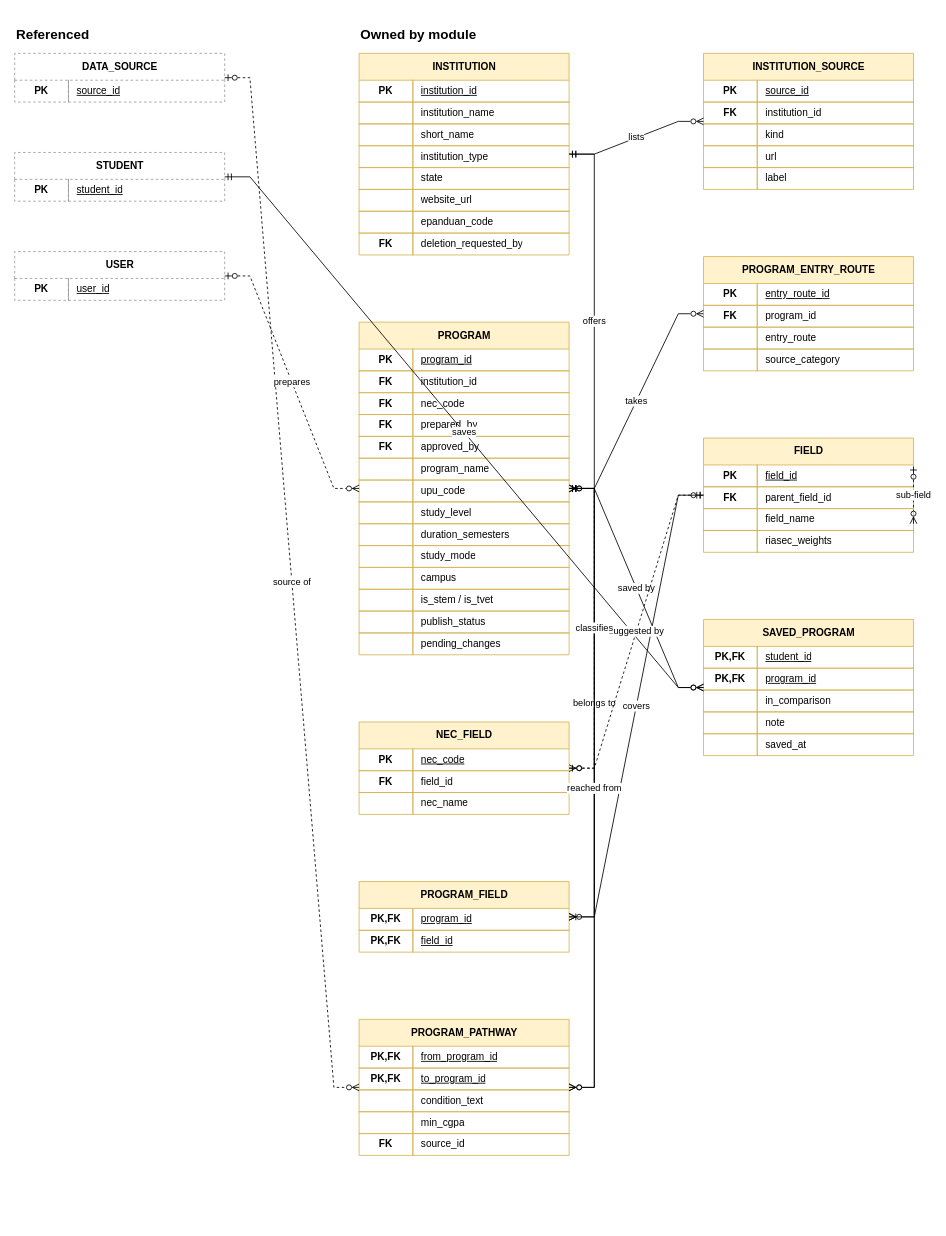
This is page "03 Programme Catalogue" (4 of 10) of docs/diagrams/erd/edulaunch-erd.drawio from AzimAminz/EduLaunch, a draw.io file, before an edit. Source tidied: cells renumbered, new cells numbered last; positions are measured from the earlier drawing's top-left corner, leaving out a move shared by most shapes. Both pictures are drawn from the tidied source at 84%, with x=0, y=0 at pixel (14, 14).
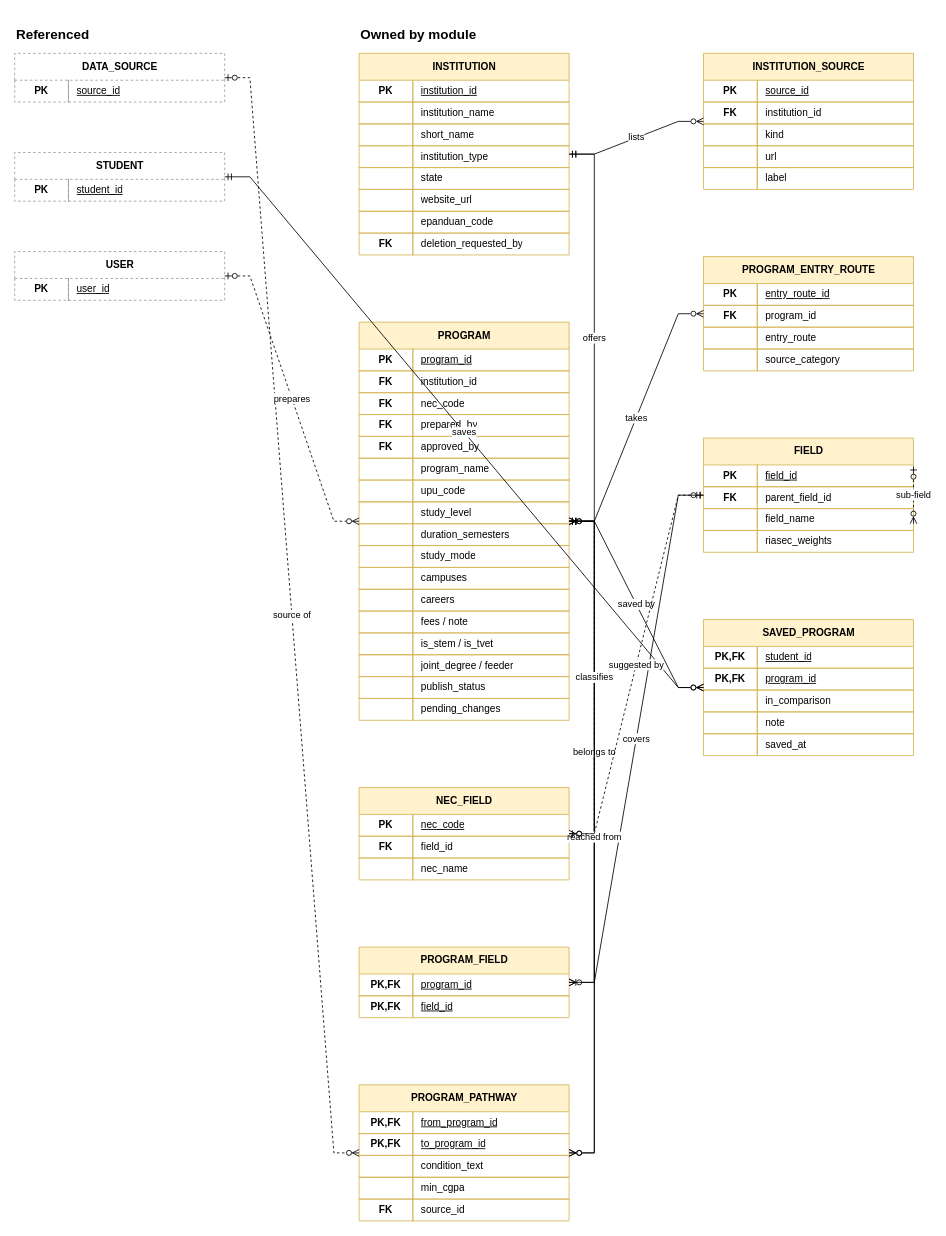
After the change.

Unchanged cells that the change refers to:
```xml
<mxCell id="72" style="shape=tableRow;horizontal=0;startSize=0;swimlaneHead=0;swimlaneBody=0;fillColor=none;top=0;left=0;right=0;bottom=1;strokeColor=#d6b656;" parent="41" vertex="1">
  <mxGeometry y="292" width="250" height="26" as="geometry" />
</mxCell>
<mxCell id="75" style="shape=tableRow;horizontal=0;startSize=0;swimlaneHead=0;swimlaneBody=0;fillColor=none;top=0;left=0;right=0;bottom=1;strokeColor=#d6b656;" parent="41" vertex="1">
  <mxGeometry y="318" width="250" height="26" as="geometry" />
</mxCell>
<mxCell id="78" style="shape=tableRow;horizontal=0;startSize=0;swimlaneHead=0;swimlaneBody=0;fillColor=none;top=0;left=0;right=0;bottom=1;strokeColor=#d6b656;" parent="41" vertex="1">
  <mxGeometry y="344" width="250" height="26" as="geometry" />
</mxCell>
```

Diff of the diagram source:
```diff
@@
     <mxCell id="41" value="PROGRAM" style="shape=table;startSize=32;childLayout=tableLayout;rowLines=1;fontStyle=1;align=center;html=1;fillColor=#fff2cc;strokeColor=#d6b656;" parent="1" vertex="1">
-      <mxGeometry x="410" y="366" width="250" height="396" as="geometry" />
+      <mxGeometry x="410" y="366" width="250" height="474" as="geometry" />
     </mxCell>
@@
-    <mxCell id="74" value="campus" style="shape=partialRectangle;fillColor=none;top=0;left=1;bottom=0;right=0;align=left;spacingLeft=8;overflow=hidden;whiteSpace=wrap;html=1;strokeColor=#d6b656;" parent="72" vertex="1">
+    <mxCell id="74" value="campuses" style="shape=partialRectangle;fillColor=none;top=0;left=1;bottom=0;right=0;align=left;spacingLeft=8;overflow=hidden;whiteSpace=wrap;html=1;strokeColor=#d6b656;" parent="72" vertex="1">
       <mxGeometry x="64" width="186" height="26" as="geometry" />
     </mxCell>
@@
-    <mxCell id="77" value="is_stem / is_tvet" style="shape=partialRectangle;fillColor=none;top=0;left=1;bottom=0;right=0;align=left;spacingLeft=8;overflow=hidden;whiteSpace=wrap;html=1;strokeColor=#d6b656;" parent="75" vertex="1">
+    <mxCell id="77" value="careers" style="shape=partialRectangle;fillColor=none;top=0;left=1;bottom=0;right=0;align=left;spacingLeft=8;overflow=hidden;whiteSpace=wrap;html=1;strokeColor=#d6b656;" parent="75" vertex="1">
       <mxGeometry x="64" width="186" height="26" as="geometry" />
     </mxCell>
@@
-    <mxCell id="80" value="publish_status" style="shape=partialRectangle;fillColor=none;top=0;left=1;bottom=0;right=0;align=left;spacingLeft=8;overflow=hidden;whiteSpace=wrap;html=1;strokeColor=#d6b656;" parent="78" vertex="1">
+    <mxCell id="80" value="fees / note" style="shape=partialRectangle;fillColor=none;top=0;left=1;bottom=0;right=0;align=left;spacingLeft=8;overflow=hidden;whiteSpace=wrap;html=1;strokeColor=#d6b656;" parent="78" vertex="1">
       <mxGeometry x="64" width="186" height="26" as="geometry" />
     </mxCell>
-    <mxCell id="81" style="shape=tableRow;horizontal=0;startSize=0;swimlaneHead=0;swimlaneBody=0;fillColor=none;top=0;left=0;right=0;bottom=0;strokeColor=#d6b656;" parent="41" vertex="1">
+    <mxCell id="81" style="shape=tableRow;horizontal=0;startSize=0;swimlaneHead=0;swimlaneBody=0;fillColor=none;top=0;left=0;right=0;bottom=1;strokeColor=#d6b656;" parent="41" vertex="1">
       <mxGeometry y="370" width="250" height="26" as="geometry" />
     </mxCell>
@@
-    <mxCell id="83" value="pending_changes" style="shape=partialRectangle;fillColor=none;top=0;left=1;bottom=0;right=0;align=left;spacingLeft=8;overflow=hidden;whiteSpace=wrap;html=1;strokeColor=#d6b656;" parent="81" vertex="1">
+    <mxCell id="83" value="is_stem / is_tvet" style="shape=partialRectangle;fillColor=none;top=0;left=1;bottom=0;right=0;align=left;spacingLeft=8;overflow=hidden;whiteSpace=wrap;html=1;strokeColor=#d6b656;" parent="81" vertex="1">
       <mxGeometry x="64" width="186" height="26" as="geometry" />
     </mxCell>
+    <mxCell id="189" style="shape=tableRow;horizontal=0;startSize=0;swimlaneHead=0;swimlaneBody=0;fillColor=none;top=0;left=0;right=0;bottom=1;strokeColor=#d6b656;" parent="41" vertex="1">
+      <mxGeometry y="396" width="250" height="26" as="geometry" />
+    </mxCell>
+    <mxCell id="190" style="shape=partialRectangle;fillColor=none;top=0;left=0;bottom=0;right=0;overflow=hidden;whiteSpace=wrap;html=1;align=center;" parent="189" vertex="1">
+      <mxGeometry width="64" height="26" as="geometry" />
+    </mxCell>
+    <mxCell id="191" value="joint_degree / feeder" style="shape=partialRectangle;fillColor=none;top=0;left=1;bottom=0;right=0;align=left;spacingLeft=8;overflow=hidden;whiteSpace=wrap;html=1;strokeColor=#d6b656;" parent="189" vertex="1">
+      <mxGeometry x="64" width="186" height="26" as="geometry" />
+    </mxCell>
+    <mxCell id="192" style="shape=tableRow;horizontal=0;startSize=0;swimlaneHead=0;swimlaneBody=0;fillColor=none;top=0;left=0;right=0;bottom=1;strokeColor=#d6b656;" parent="41" vertex="1">
+      <mxGeometry y="422" width="250" height="26" as="geometry" />
+    </mxCell>
+    <mxCell id="193" style="shape=partialRectangle;fillColor=none;top=0;left=0;bottom=0;right=0;overflow=hidden;whiteSpace=wrap;html=1;align=center;" parent="192" vertex="1">
+      <mxGeometry width="64" height="26" as="geometry" />
+    </mxCell>
+    <mxCell id="194" value="publish_status" style="shape=partialRectangle;fillColor=none;top=0;left=1;bottom=0;right=0;align=left;spacingLeft=8;overflow=hidden;whiteSpace=wrap;html=1;strokeColor=#d6b656;" parent="192" vertex="1">
+      <mxGeometry x="64" width="186" height="26" as="geometry" />
+    </mxCell>
+    <mxCell id="195" style="shape=tableRow;horizontal=0;startSize=0;swimlaneHead=0;swimlaneBody=0;fillColor=none;top=0;left=0;right=0;bottom=0;strokeColor=#d6b656;" parent="41" vertex="1">
+      <mxGeometry y="448" width="250" height="26" as="geometry" />
+    </mxCell>
+    <mxCell id="196" style="shape=partialRectangle;fillColor=none;top=0;left=0;bottom=0;right=0;overflow=hidden;whiteSpace=wrap;html=1;align=center;" parent="195" vertex="1">
+      <mxGeometry width="64" height="26" as="geometry" />
+    </mxCell>
+    <mxCell id="197" value="pending_changes" style="shape=partialRectangle;fillColor=none;top=0;left=1;bottom=0;right=0;align=left;spacingLeft=8;overflow=hidden;whiteSpace=wrap;html=1;strokeColor=#d6b656;" parent="195" vertex="1">
+      <mxGeometry x="64" width="186" height="26" as="geometry" />
+    </mxCell>
     <mxCell id="84" value="NEC_FIELD" style="shape=table;startSize=32;childLayout=tableLayout;rowLines=1;fontStyle=1;align=center;html=1;fillColor=#fff2cc;strokeColor=#d6b656;" parent="1" vertex="1">
-      <mxGeometry x="410" y="842" width="250" height="110" as="geometry" />
+      <mxGeometry x="410" y="920" width="250" height="110" as="geometry" />
     </mxCell>
@@
     <mxCell id="94" value="PROGRAM_FIELD" style="shape=table;startSize=32;childLayout=tableLayout;rowLines=1;fontStyle=1;align=center;html=1;fillColor=#fff2cc;strokeColor=#d6b656;" parent="1" vertex="1">
-      <mxGeometry x="410" y="1032" width="250" height="84" as="geometry" />
+      <mxGeometry x="410" y="1110" width="250" height="84" as="geometry" />
     </mxCell>
@@
     <mxCell id="101" value="PROGRAM_PATHWAY" style="shape=table;startSize=32;childLayout=tableLayout;rowLines=1;fontStyle=1;align=center;html=1;fillColor=#fff2cc;strokeColor=#d6b656;" parent="1" vertex="1">
-      <mxGeometry x="410" y="1196" width="250" height="162" as="geometry" />
+      <mxGeometry x="410" y="1274" width="250" height="162" as="geometry" />
     </mxCell>
```
